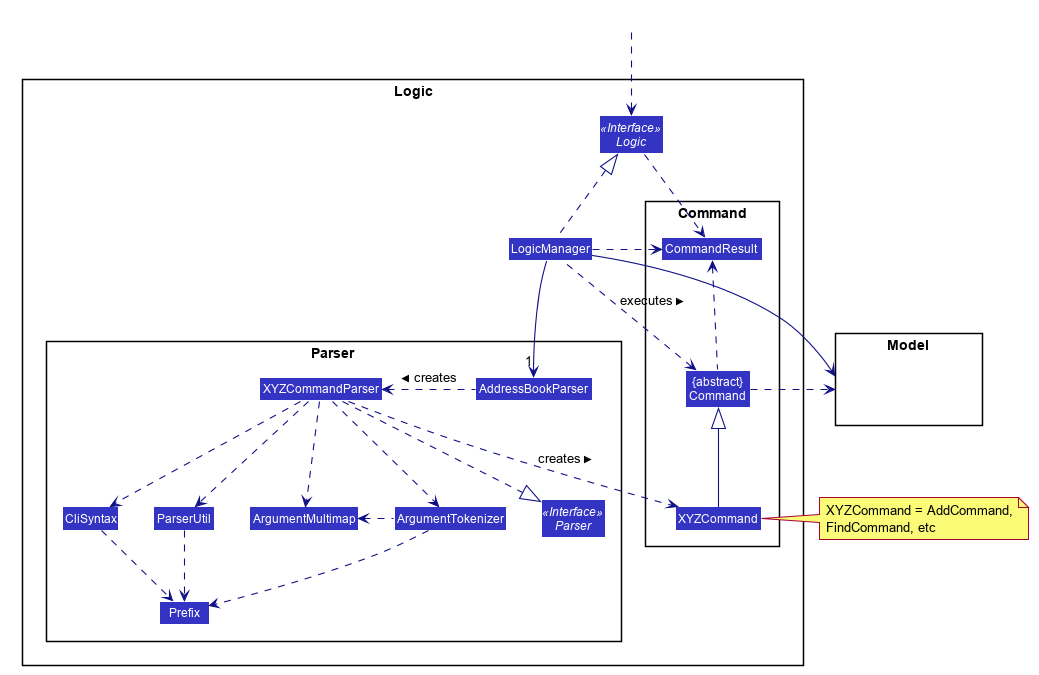
Above: docs/images/LogicClassDiagram.png in nus-cs2103-AY1920S2/addressbook-level3 (PlantUML), before the change. Source of this version:
```plantuml
@startuml








skinparam BackgroundColor #FFFFFFF

skinparam Shadowing false

skinparam Class {
    FontColor #FFFFFF
    BorderThickness 1
    BorderColor #FFFFFF
    StereotypeFontColor #FFFFFF
    FontName Arial
}

skinparam Actor {
    BorderColor #000000
    Color #000000
    FontName Arial
}

skinparam Sequence {
    MessageAlign center
    BoxFontSize 15
    BoxPadding 0
    BoxFontColor #FFFFFF
    FontName Arial
}

skinparam Participant {
    FontColor #FFFFFFF
    Padding 20
}

skinparam MinClassWidth 50
skinparam ParticipantPadding 10
skinparam Shadowing false
skinparam DefaultTextAlignment center
skinparam packageStyle Rectangle

hide footbox
hide members
hide circle
skinparam arrowThickness 1.1
skinparam arrowColor #101086
skinparam classBackgroundColor #3333C4

package Logic {

package Parser {
Interface Parser <<Interface>>
Class AddressBookParser
Class XYZCommandParser
Class CliSyntax
Class ParserUtil
Class ArgumentMultimap
Class ArgumentTokenizer
Class Prefix
}

package Command {
Class XYZCommand
Class CommandResult
Class "{abstract}\nCommand" as Command
}

Interface Logic <<Interface>>
Class LogicManager
}

package Model{
Class HiddenModel #FFFFFF
}

Class HiddenOutside #FFFFFF
HiddenOutside ..> Logic

LogicManager .up.|> Logic
LogicManager -->"1" AddressBookParser
AddressBookParser .left.> XYZCommandParser: creates >

XYZCommandParser ..> XYZCommand : creates >
XYZCommandParser ..|> Parser
XYZCommandParser ..> ArgumentMultimap
XYZCommandParser ..> ArgumentTokenizer
ArgumentTokenizer .left.> ArgumentMultimap
XYZCommandParser ..> CliSyntax
CliSyntax ..> Prefix
XYZCommandParser ..> ParserUtil
ParserUtil .down.> Prefix
ArgumentTokenizer .down.> Prefix
XYZCommand -up-|> Command
LogicManager .left.> Command : executes >

LogicManager --> Model
Command .right.> Model
note right of XYZCommand: XYZCommand = AddCommand, \nFindCommand, etc

Logic ..> CommandResult
LogicManager .down.> CommandResult
Command .up.> CommandResult
CommandResult -[hidden]-> Parser
@enduml
```
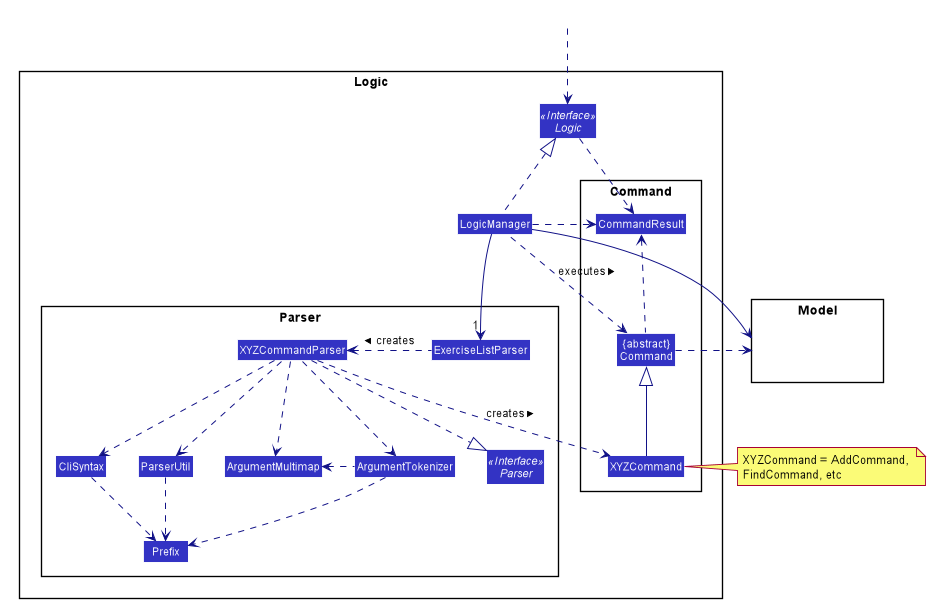
Later version of the same file.

Commit message:
Update new UML diagram png (#80)

Diff of the diagram source:
```diff
@@ -55,7 +55,7 @@
 
 package Parser {
 Interface Parser <<Interface>>
-Class AddressBookParser
+Class ExerciseListParser
 Class XYZCommandParser
 Class CliSyntax
 Class ParserUtil
@@ -82,8 +82,8 @@
 HiddenOutside ..> Logic
 
 LogicManager .up.|> Logic
-LogicManager -->"1" AddressBookParser
-AddressBookParser .left.> XYZCommandParser: creates >
+LogicManager -->"1" ExerciseListParser
+ExerciseListParser .left.> XYZCommandParser: creates >
 
 XYZCommandParser ..> XYZCommand : creates >
 XYZCommandParser ..|> Parser
```
